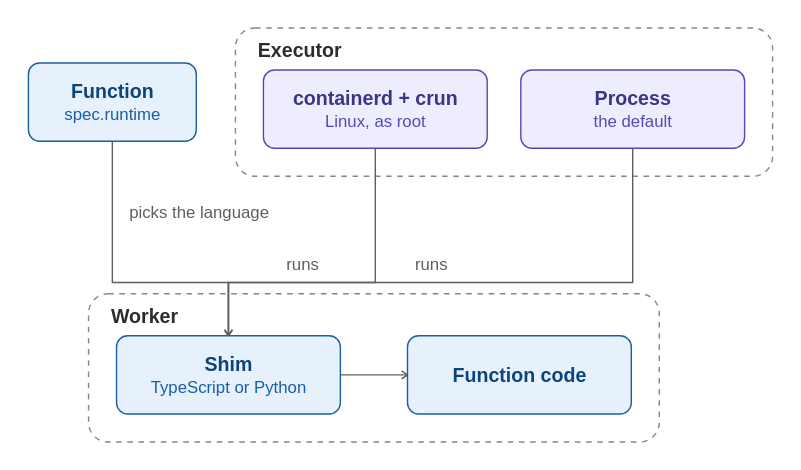
Earlier version of the draw.io export docs/guide/assets/runtime.drawio.svg (pyvvo/funcd). Source tidied: cells renumbered, new cells last; positions are measured from the earlier drawing's top-left corner, leaving out a move shared by most shapes.
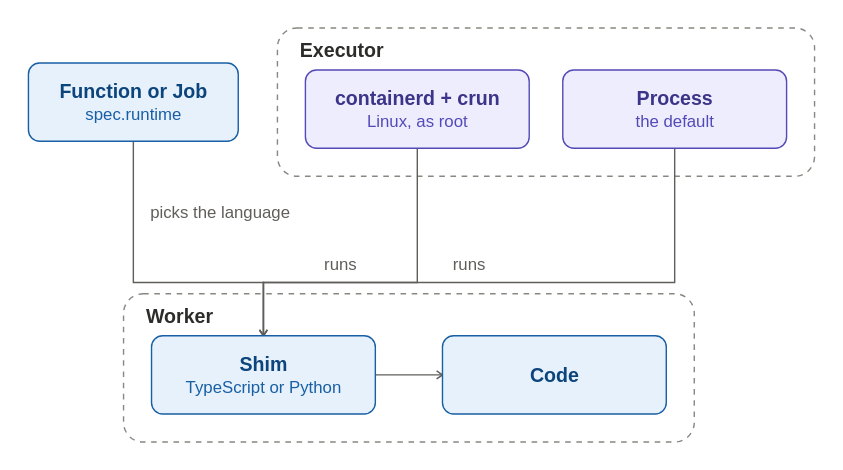
Above is the later version.

What changed in the source:
```diff
@@ -2,11 +2,11 @@
   <root>
     <mxCell id="0" />
     <mxCell id="1" parent="0" />
-    <mxCell id="2" value="&lt;b&gt;Function&lt;/b&gt;&lt;br&gt;&lt;font style=&quot;font-size:12px&quot; color=&quot;#185FA5&quot;&gt;spec.runtime&lt;/font&gt;" style="rounded=1;absoluteArcSize=1;arcSize=16;whiteSpace=wrap;html=1;fillColor=#E6F1FB;strokeColor=#185FA5;fontColor=#0C447C;fontSize=14;" parent="1" vertex="1">
-      <mxGeometry y="25" width="120" height="56" as="geometry" />
+    <mxCell id="2" value="&lt;b&gt;Function or Job&lt;/b&gt;&lt;br&gt;&lt;font style=&quot;font-size:12px&quot; color=&quot;#185FA5&quot;&gt;spec.runtime&lt;/font&gt;" style="rounded=1;absoluteArcSize=1;arcSize=16;whiteSpace=wrap;html=1;fillColor=#E6F1FB;strokeColor=#185FA5;fontColor=#0C447C;fontSize=14;" parent="1" vertex="1">
+      <mxGeometry y="25" width="150" height="56" as="geometry" />
     </mxCell>
     <mxCell id="3" value="Executor" style="rounded=1;absoluteArcSize=1;arcSize=28;dashed=1;fillColor=none;strokeColor=#888780;fontStyle=1;fontSize=14;fontColor=#2C2C2A;align=left;verticalAlign=top;spacingLeft=10;spacingTop=2;html=1;" parent="1" vertex="1">
-      <mxGeometry x="148" width="384" height="106" as="geometry" />
+      <mxGeometry x="178" width="384" height="106" as="geometry" />
     </mxCell>
     <mxCell id="4" value="&lt;b&gt;containerd + crun&lt;/b&gt;&lt;br&gt;&lt;font style=&quot;font-size:12px&quot; color=&quot;#534AB7&quot;&gt;Linux, as root&lt;/font&gt;" style="rounded=1;absoluteArcSize=1;arcSize=16;whiteSpace=wrap;html=1;fillColor=#EEEDFE;strokeColor=#534AB7;fontColor=#3C3489;fontSize=14;" parent="3" vertex="1">
       <mxGeometry x="20" y="30" width="160" height="56" as="geometry" />
@@ -15,28 +15,28 @@
       <mxGeometry x="204" y="30" width="160" height="56" as="geometry" />
     </mxCell>
     <mxCell id="6" value="Worker" style="rounded=1;absoluteArcSize=1;arcSize=28;dashed=1;fillColor=none;strokeColor=#888780;fontStyle=1;fontSize=14;fontColor=#2C2C2A;align=left;verticalAlign=top;spacingLeft=10;spacingTop=2;html=1;" parent="1" vertex="1">
-      <mxGeometry x="43" y="190" width="408" height="106" as="geometry" />
+      <mxGeometry x="68" y="190" width="408" height="106" as="geometry" />
     </mxCell>
     <mxCell id="7" value="&lt;b&gt;Shim&lt;/b&gt;&lt;br&gt;&lt;font style=&quot;font-size:12px&quot; color=&quot;#185FA5&quot;&gt;TypeScript or Python&lt;/font&gt;" style="rounded=1;absoluteArcSize=1;arcSize=16;whiteSpace=wrap;html=1;fillColor=#E6F1FB;strokeColor=#185FA5;fontColor=#0C447C;fontSize=14;" parent="6" vertex="1">
       <mxGeometry x="20" y="30" width="160" height="56" as="geometry" />
     </mxCell>
-    <mxCell id="8" value="&lt;b&gt;Function code&lt;/b&gt;" style="rounded=1;absoluteArcSize=1;arcSize=16;whiteSpace=wrap;html=1;fillColor=#E6F1FB;strokeColor=#185FA5;fontColor=#0C447C;fontSize=14;" parent="6" vertex="1">
+    <mxCell id="8" value="&lt;b&gt;Code&lt;/b&gt;" style="rounded=1;absoluteArcSize=1;arcSize=16;whiteSpace=wrap;html=1;fillColor=#E6F1FB;strokeColor=#185FA5;fontColor=#0C447C;fontSize=14;" parent="6" vertex="1">
       <mxGeometry x="228" y="30" width="160" height="56" as="geometry" />
     </mxCell>
     <mxCell id="9" value="picks the language" style="edgeStyle=orthogonalEdgeStyle;rounded=0;html=1;jettySize=auto;strokeColor=#5F5E5A;fontColor=#5F5E5A;fontSize=12;labelBackgroundColor=#FFFFFF;endSize=7;endArrow=open;endFill=0;exitX=0.5;exitY=1;exitDx=0;exitDy=0;exitPerimeter=0;entryX=0.5;entryY=0;entryDx=0;entryDy=0;entryPerimeter=0;" parent="1" edge="1" source="2" target="7">
       <mxGeometry x="0.43" relative="1" as="geometry">
         <Array as="points">
-          <mxPoint x="60" y="182" />
-          <mxPoint x="143" y="182" />
+          <mxPoint x="75" y="182" />
+          <mxPoint x="168" y="182" />
         </Array>
-        <mxPoint x="4" y="-50" as="offset" />
+        <mxPoint x="-3" y="-50" as="offset" />
       </mxGeometry>
     </mxCell>
     <mxCell id="10" value="runs" style="edgeStyle=orthogonalEdgeStyle;rounded=0;html=1;jettySize=auto;strokeColor=#5F5E5A;fontColor=#5F5E5A;fontSize=12;labelBackgroundColor=#FFFFFF;endSize=7;endArrow=open;endFill=0;exitX=0.5;exitY=1;exitDx=0;exitDy=0;exitPerimeter=0;entryX=0.5;entryY=0;entryDx=0;entryDy=0;entryPerimeter=0;" parent="1" edge="1" source="4" target="7">
       <mxGeometry x="0.24" relative="1" as="geometry">
         <Array as="points">
-          <mxPoint x="248" y="182" />
-          <mxPoint x="143" y="182" />
+          <mxPoint x="278" y="182" />
+          <mxPoint x="168" y="182" />
         </Array>
         <mxPoint y="-13" as="offset" />
       </mxGeometry>
@@ -44,8 +44,8 @@
     <mxCell id="11" value="runs" style="edgeStyle=orthogonalEdgeStyle;rounded=0;html=1;jettySize=auto;strokeColor=#5F5E5A;fontColor=#5F5E5A;fontSize=12;labelBackgroundColor=#FFFFFF;endSize=7;endArrow=open;endFill=0;exitX=0.5;exitY=1;exitDx=0;exitDy=0;exitPerimeter=0;entryX=0.5;entryY=0;entryDx=0;entryDy=0;entryPerimeter=0;" parent="1" edge="1" source="5" target="7">
       <mxGeometry x="0.14" relative="1" as="geometry">
         <Array as="points">
-          <mxPoint x="432" y="182" />
-          <mxPoint x="143" y="182" />
+          <mxPoint x="462" y="182" />
+          <mxPoint x="168" y="182" />
         </Array>
         <mxPoint y="-13" as="offset" />
       </mxGeometry>
```
